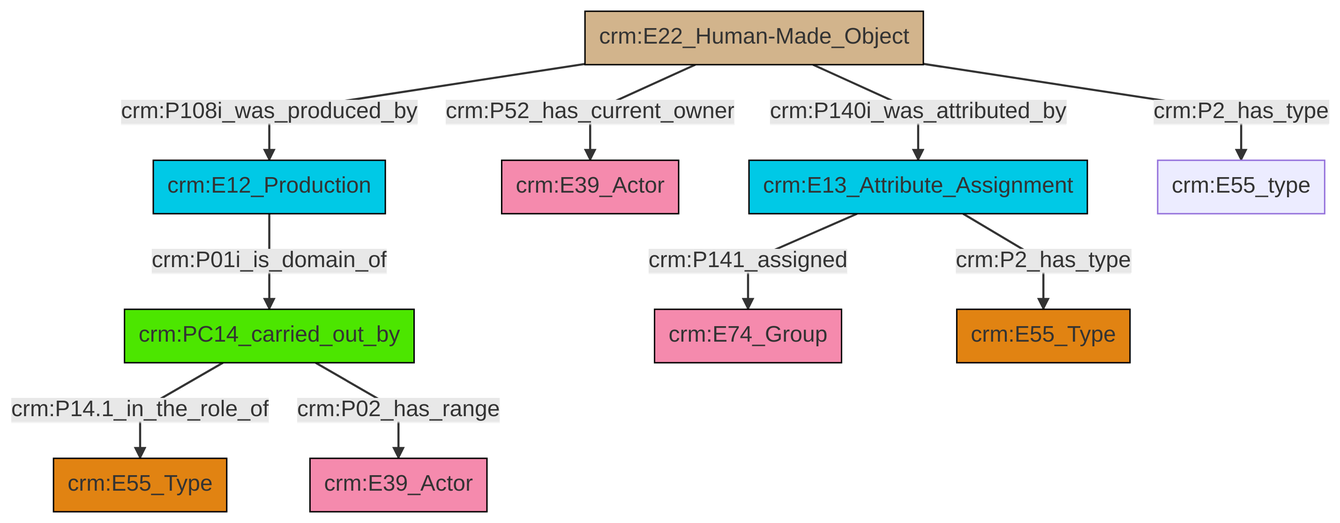
Earlier version of the Mermaid export et/builtWorkCSV/ttl/mmd/png/Built_Work_actor_relations.png (swiss-art-research-net/reference-data-models). Its source is kept beside it as et/builtWorkCSV/ttl/mmd/Built_Work_actor_relations.ttl.mmd.
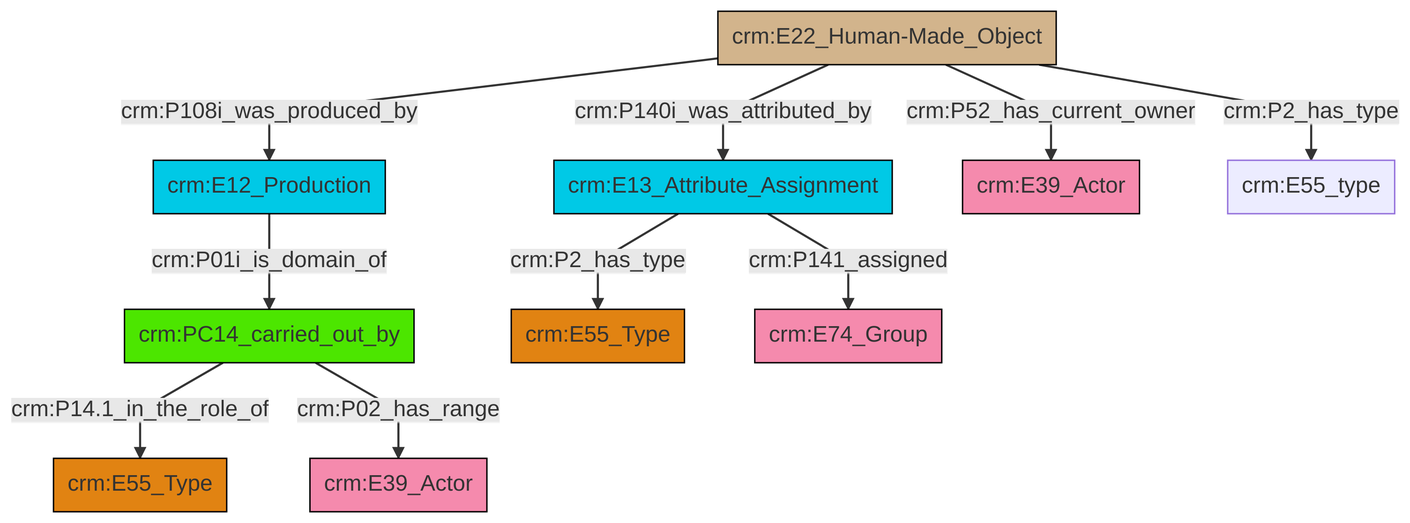
Later version of the same file.

Change to the diagram source:
```diff
@@ -13,12 +13,12 @@
 classDef PC_Classes fill:#4ce600, stroke:#000000;
 classDef Multi fill:#cccccc,stroke:#000000;
 
-0["crm:E12_Production"]:::Temporal_Entity -->|crm:P01i_is_domain_of| 1["crm:PC14_carried_out_by"]:::PC_Classes
-2["crm:E22_Human-Made_Object"]:::Physical_Thing -->|crm:P52_has_current_owner| 3["crm:E39_Actor"]:::Actor
-8["crm:E13_Attribute_Assignment"]:::Temporal_Entity -->|crm:P141_assigned| 6["crm:E74_Group"]:::Actor
-1["crm:PC14_carried_out_by"]:::PC_Classes -->|crm:P14.1_in_the_role_of| 4["crm:E55_Type"]:::Type
-8["crm:E13_Attribute_Assignment"]:::Temporal_Entity -->|crm:P2_has_type| 11["crm:E55_Type"]:::Type
-2["crm:E22_Human-Made_Object"]:::Physical_Thing -->|crm:P108i_was_produced_by| 0["crm:E12_Production"]:::Temporal_Entity
-2["crm:E22_Human-Made_Object"]:::Physical_Thing -->|crm:P140i_was_attributed_by| 8["crm:E13_Attribute_Assignment"]:::Temporal_Entity
-1["crm:PC14_carried_out_by"]:::PC_Classes -->|crm:P02_has_range| 14["crm:E39_Actor"]:::Actor
-2["crm:E22_Human-Made_Object"]:::Physical_Thing -->|crm:P2_has_type| 9["crm:E55_type"]:::Default
+2["crm:E22_Human-Made_Object"]:::Physical_Thing -->|crm:P108i_was_produced_by| 3["crm:E12_Production"]:::Temporal_Entity
+3["crm:E12_Production"]:::Temporal_Entity -->|crm:P01i_is_domain_of| 8["crm:PC14_carried_out_by"]:::PC_Classes
+8["crm:PC14_carried_out_by"]:::PC_Classes -->|crm:P14.1_in_the_role_of| 4["crm:E55_Type"]:::Type
+8["crm:PC14_carried_out_by"]:::PC_Classes -->|crm:P02_has_range| 10["crm:E39_Actor"]:::Actor
+2["crm:E22_Human-Made_Object"]:::Physical_Thing -->|crm:P140i_was_attributed_by| 11["crm:E13_Attribute_Assignment"]:::Temporal_Entity
+2["crm:E22_Human-Made_Object"]:::Physical_Thing -->|crm:P52_has_current_owner| 15["crm:E39_Actor"]:::Actor
+2["crm:E22_Human-Made_Object"]:::Physical_Thing -->|crm:P2_has_type| 0["crm:E55_type"]:::Default
+11["crm:E13_Attribute_Assignment"]:::Temporal_Entity -->|crm:P2_has_type| 6["crm:E55_Type"]:::Type
+11["crm:E13_Attribute_Assignment"]:::Temporal_Entity -->|crm:P141_assigned| 18["crm:E74_Group"]:::Actor
```
